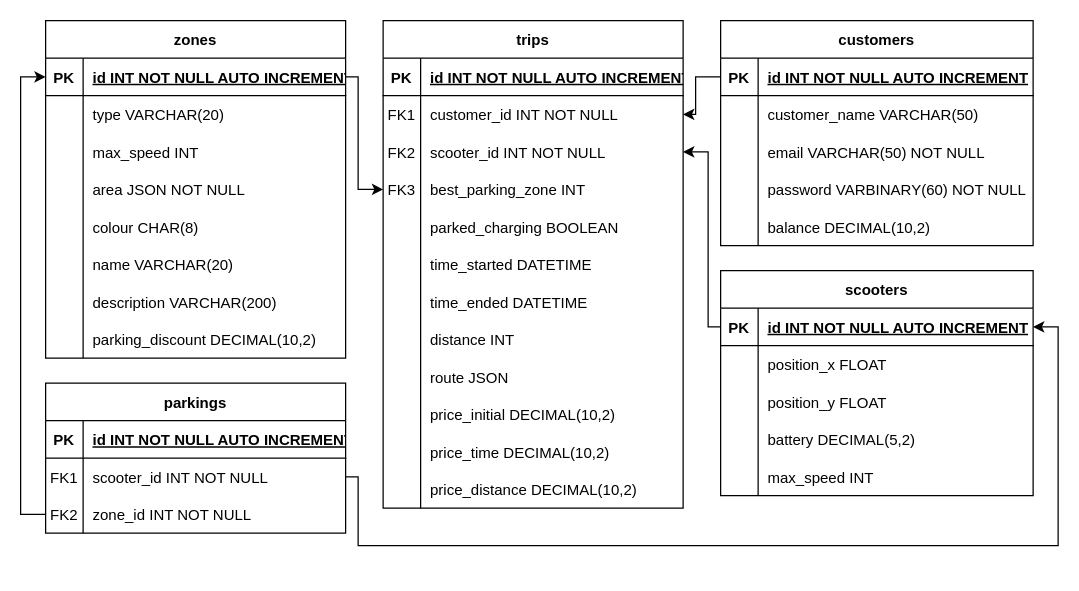
Above: er-diagram.drawio in best-scooter/sds (draw.io), before the change. Source tidied: cells renumbered, new cells numbered last; positions are measured from the earlier drawing's top-left corner, leaving out a move shared by most shapes. Both pictures are drawn from the tidied source at 125%, with x=0, y=0 at pixel (45, 20).
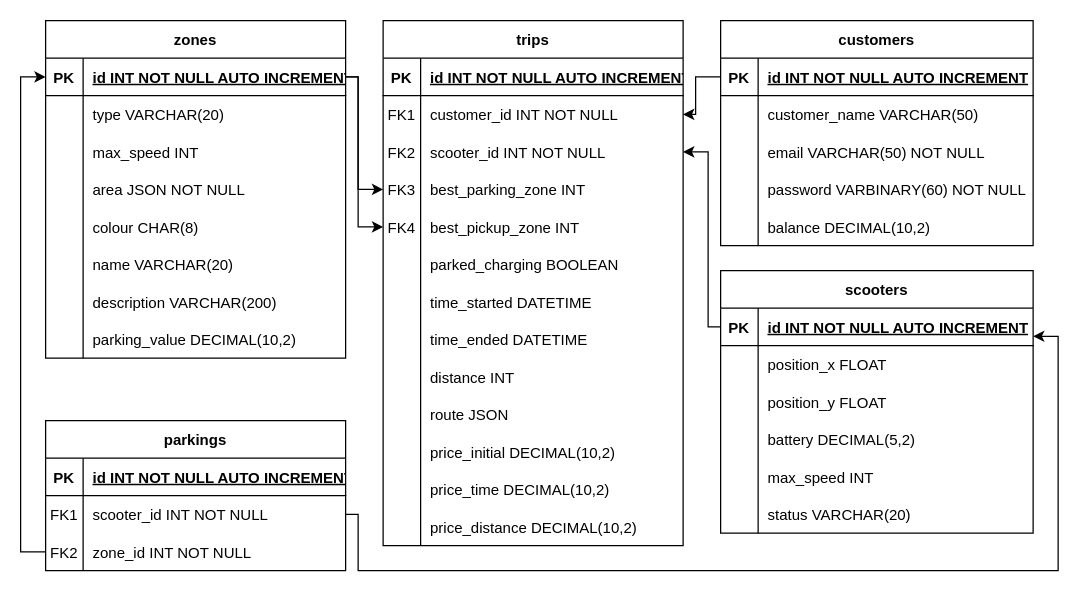
The same page after the edit.

The change refers to these unchanged cells:
```xml
<mxCell id="37" style="shape=partialRectangle;fillColor=none;points=[[0,0.5],[1,0.5]];portConstraint=eastwest;top=0;left=0;right=0;bottom=1;" parent="36" vertex="1">
  <mxGeometry y="30" width="240" height="30" as="geometry" />
</mxCell>
<mxCell id="58" style="shape=partialRectangle;fillColor=none;top=0;left=0;right=0;bottom=0;" parent="36" vertex="1">
  <mxGeometry y="240" width="240" height="30" as="geometry" />
</mxCell>
<mxCell id="103" style="shape=partialRectangle;fillColor=none;points=[[0,0.5],[1,0.5]];portConstraint=eastwest;top=0;left=0;right=0;bottom=0;" parent="99" vertex="1">
  <mxGeometry y="60" width="240" height="30" as="geometry" />
</mxCell>
```

Diff of the diagram source:
```diff
@@
     <mxCell id="2" value="scooters" style="shape=table;startSize=30;childLayout=tableLayout;rowLines=0;fontStyle=1;align=center;" parent="1" vertex="1">
-      <mxGeometry x="540" y="200" width="250" height="180" as="geometry" />
+      <mxGeometry x="540" y="200" width="250" height="210" as="geometry" />
     </mxCell>
@@
+    <mxCell id="111" style="shape=partialRectangle;fillColor=none;top=0;left=0;right=0;bottom=0;" parent="2" vertex="1">
+      <mxGeometry y="180" width="250" height="30" as="geometry" />
+    </mxCell>
+    <mxCell id="112" style="shape=partialRectangle;overflow=hidden;fillColor=none;top=0;left=0;bottom=0;right=0;" parent="111" vertex="1">
+      <mxGeometry width="30" height="30" as="geometry" />
+    </mxCell>
+    <mxCell id="113" value="status VARCHAR(20)" style="shape=partialRectangle;overflow=hidden;fillColor=none;top=0;left=0;bottom=0;right=0;align=left;spacingLeft=6;" parent="111" vertex="1">
+      <mxGeometry x="30" width="220" height="30" as="geometry" />
+    </mxCell>
@@
-    <mxCell id="60" value="parking_discount DECIMAL(10,2)" style="shape=partialRectangle;overflow=hidden;fillColor=none;top=0;left=0;bottom=0;right=0;align=left;spacingLeft=6;" parent="58" vertex="1">
+    <mxCell id="60" value="parking_value DECIMAL(10,2)" style="shape=partialRectangle;overflow=hidden;fillColor=none;top=0;left=0;bottom=0;right=0;align=left;spacingLeft=6;" parent="58" vertex="1">
       <mxGeometry x="30" width="210" height="30" as="geometry" />
     </mxCell>
     <mxCell id="61" style="edgeStyle=orthogonalEdgeStyle;rounded=0;jettySize=auto;html=1;exitX=1;exitY=0.5;exitDx=0;exitDy=0;entryX=0;entryY=0.5;entryDx=0;entryDy=0;" parent="1" edge="1" source="37" target="72">
       <mxGeometry relative="1" as="geometry">
         <Array as="points">
           <mxPoint x="250" y="45" />
-          <mxPoint x="250" y="135" />
+          <mxPoint x="250" y="165" />
         </Array>
       </mxGeometry>
     </mxCell>
     <mxCell id="62" value="trips" style="shape=table;startSize=30;childLayout=tableLayout;rowLines=0;fontStyle=1;align=center;" parent="1" vertex="1">
-      <mxGeometry x="270" width="240" height="390" as="geometry" />
+      <mxGeometry x="270" width="240" height="420" as="geometry" />
     </mxCell>
@@
+    <mxCell id="114" style="shape=partialRectangle;fillColor=none;points=[[0,0.5],[1,0.5]];portConstraint=eastwest;top=0;left=0;right=0;bottom=0;" parent="62" vertex="1">
+      <mxGeometry y="120" width="240" height="30" as="geometry" />
+    </mxCell>
+    <mxCell id="115" value="FK3" style="shape=partialRectangle;overflow=hidden;fillColor=none;top=0;left=0;bottom=0;right=0;" parent="114" vertex="1">
+      <mxGeometry width="30" height="30" as="geometry" />
+    </mxCell>
+    <mxCell id="116" value="best_parking_zone INT" style="shape=partialRectangle;overflow=hidden;fillColor=none;top=0;left=0;bottom=0;right=0;align=left;spacingLeft=6;" parent="114" vertex="1">
+      <mxGeometry x="30" width="210" height="30" as="geometry" />
+    </mxCell>
     <mxCell id="72" style="shape=partialRectangle;fillColor=none;points=[[0,0.5],[1,0.5]];portConstraint=eastwest;top=0;left=0;right=0;bottom=0;" parent="62" vertex="1">
-      <mxGeometry y="120" width="240" height="30" as="geometry" />
+      <mxGeometry y="150" width="240" height="30" as="geometry" />
     </mxCell>
-    <mxCell id="73" value="FK3" style="shape=partialRectangle;overflow=hidden;fillColor=none;top=0;left=0;bottom=0;right=0;" parent="72" vertex="1">
+    <mxCell id="73" value="FK4" style="shape=partialRectangle;overflow=hidden;fillColor=none;top=0;left=0;bottom=0;right=0;" parent="72" vertex="1">
       <mxGeometry width="30" height="30" as="geometry" />
     </mxCell>
-    <mxCell id="74" value="best_parking_zone INT" style="shape=partialRectangle;overflow=hidden;fillColor=none;top=0;left=0;bottom=0;right=0;align=left;spacingLeft=6;" parent="72" vertex="1">
+    <mxCell id="74" value="best_pickup_zone INT" style="shape=partialRectangle;overflow=hidden;fillColor=none;top=0;left=0;bottom=0;right=0;align=left;spacingLeft=6;" parent="72" vertex="1">
       <mxGeometry x="30" width="210" height="30" as="geometry" />
     </mxCell>
     <mxCell id="75" style="shape=partialRectangle;fillColor=none;top=0;left=0;right=0;bottom=0;" parent="62" vertex="1">
-      <mxGeometry y="150" width="240" height="30" as="geometry" />
+      <mxGeometry y="180" width="240" height="30" as="geometry" />
     </mxCell>
@@
     <mxCell id="78" style="shape=partialRectangle;fillColor=none;top=0;left=0;right=0;bottom=0;" parent="62" vertex="1">
-      <mxGeometry y="180" width="240" height="30" as="geometry" />
+      <mxGeometry y="210" width="240" height="30" as="geometry" />
     </mxCell>
@@
     <mxCell id="81" style="shape=partialRectangle;fillColor=none;top=0;left=0;right=0;bottom=0;" parent="62" vertex="1">
-      <mxGeometry y="210" width="240" height="30" as="geometry" />
+      <mxGeometry y="240" width="240" height="30" as="geometry" />
     </mxCell>
@@
     <mxCell id="84" style="shape=partialRectangle;fillColor=none;top=0;left=0;right=0;bottom=0;" parent="62" vertex="1">
-      <mxGeometry y="240" width="240" height="30" as="geometry" />
+      <mxGeometry y="270" width="240" height="30" as="geometry" />
     </mxCell>
@@
     <mxCell id="87" style="shape=partialRectangle;fillColor=none;top=0;left=0;right=0;bottom=0;" parent="62" vertex="1">
-      <mxGeometry y="270" width="240" height="30" as="geometry" />
+      <mxGeometry y="300" width="240" height="30" as="geometry" />
     </mxCell>
@@
     <mxCell id="90" style="shape=partialRectangle;fillColor=none;top=0;left=0;right=0;bottom=0;" parent="62" vertex="1">
-      <mxGeometry y="300" width="240" height="30" as="geometry" />
+      <mxGeometry y="330" width="240" height="30" as="geometry" />
     </mxCell>
@@
     <mxCell id="93" style="shape=partialRectangle;fillColor=none;top=0;left=0;right=0;bottom=0;" parent="62" vertex="1">
-      <mxGeometry y="330" width="240" height="30" as="geometry" />
+      <mxGeometry y="360" width="240" height="30" as="geometry" />
     </mxCell>
@@
     <mxCell id="96" style="shape=partialRectangle;fillColor=none;top=0;left=0;right=0;bottom=0;" parent="62" vertex="1">
-      <mxGeometry y="360" width="240" height="30" as="geometry" />
+      <mxGeometry y="390" width="240" height="30" as="geometry" />
     </mxCell>
@@
     <mxCell id="99" value="parkings" style="shape=table;startSize=30;childLayout=tableLayout;rowLines=0;fontStyle=1;align=center;" parent="1" vertex="1">
-      <mxGeometry y="290" width="240" height="120" as="geometry" />
+      <mxGeometry y="320" width="240" height="120" as="geometry" />
     </mxCell>
@@
     <mxCell id="110" style="edgeStyle=orthogonalEdgeStyle;rounded=0;jettySize=auto;html=1;exitX=1;exitY=0.5;exitDx=0;exitDy=0;entryX=1;entryY=0.25;entryDx=0;entryDy=0;" parent="1" edge="1" source="103" target="2">
       <mxGeometry relative="1" as="geometry">
         <Array as="points">
-          <mxPoint x="250" y="365" />
-          <mxPoint x="250" y="420" />
-          <mxPoint x="810" y="420" />
-          <mxPoint x="810" y="245" />
+          <mxPoint x="250" y="395" />
+          <mxPoint x="250" y="440" />
+          <mxPoint x="810" y="440" />
+          <mxPoint x="810" y="253" />
         </Array>
       </mxGeometry>
     </mxCell>
+    <mxCell id="117" style="edgeStyle=orthogonalEdgeStyle;rounded=0;jettySize=auto;html=1;exitX=1;exitY=0.5;exitDx=0;exitDy=0;" parent="1" edge="1" source="37" target="114">
+      <mxGeometry relative="1" as="geometry">
+        <Array as="points">
+          <mxPoint x="250" y="45" />
+          <mxPoint x="250" y="135" />
+        </Array>
+      </mxGeometry>
+    </mxCell>
```
